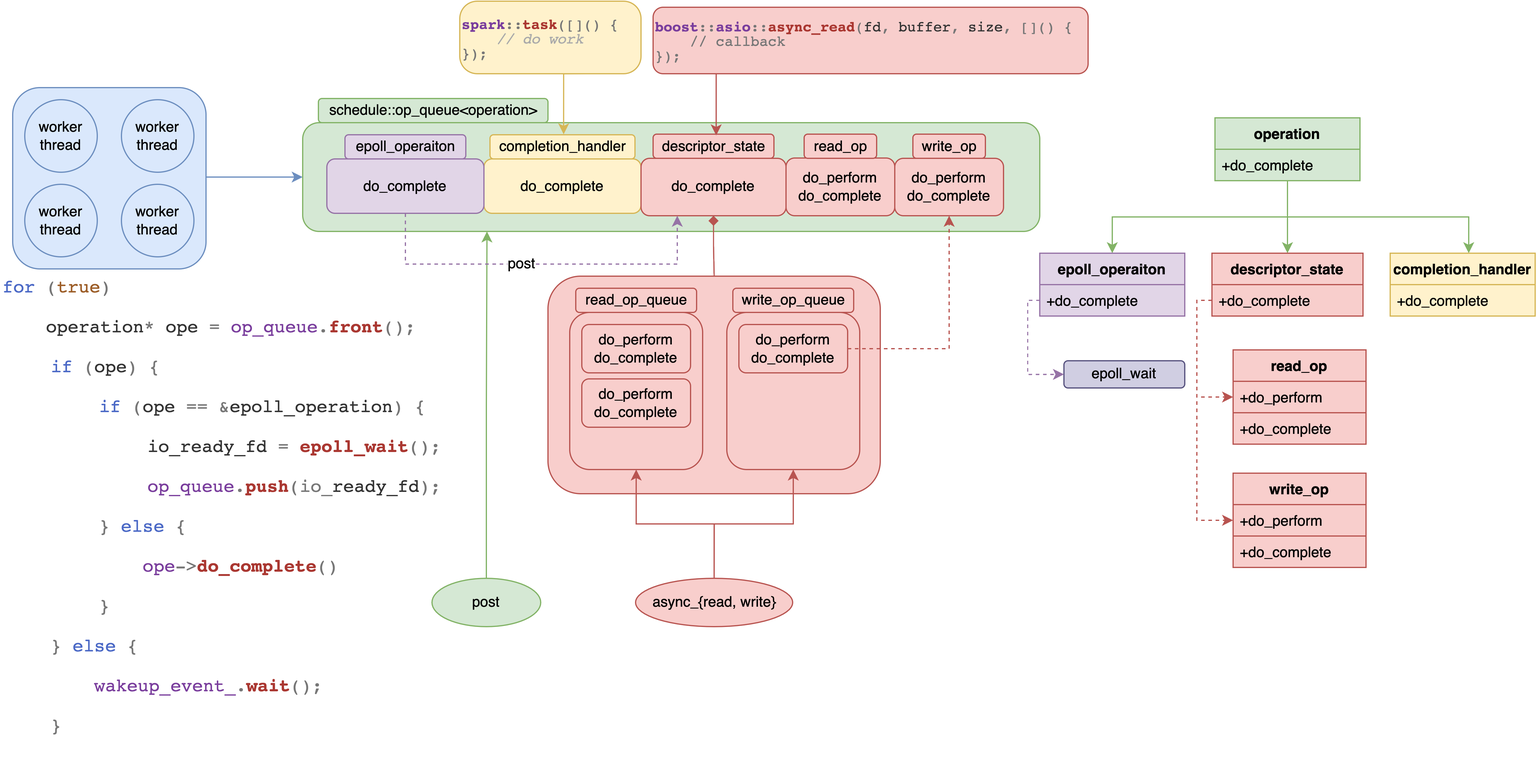
This is OpenSource/Image/boost-asio-operations.png from jemmy512/software-engineer, a draw.io export, as it was before one commit. Source tidied: cells renumbered, new cells last; positions are measured from the earlier drawing's top-left corner, leaving out a move shared by most shapes.
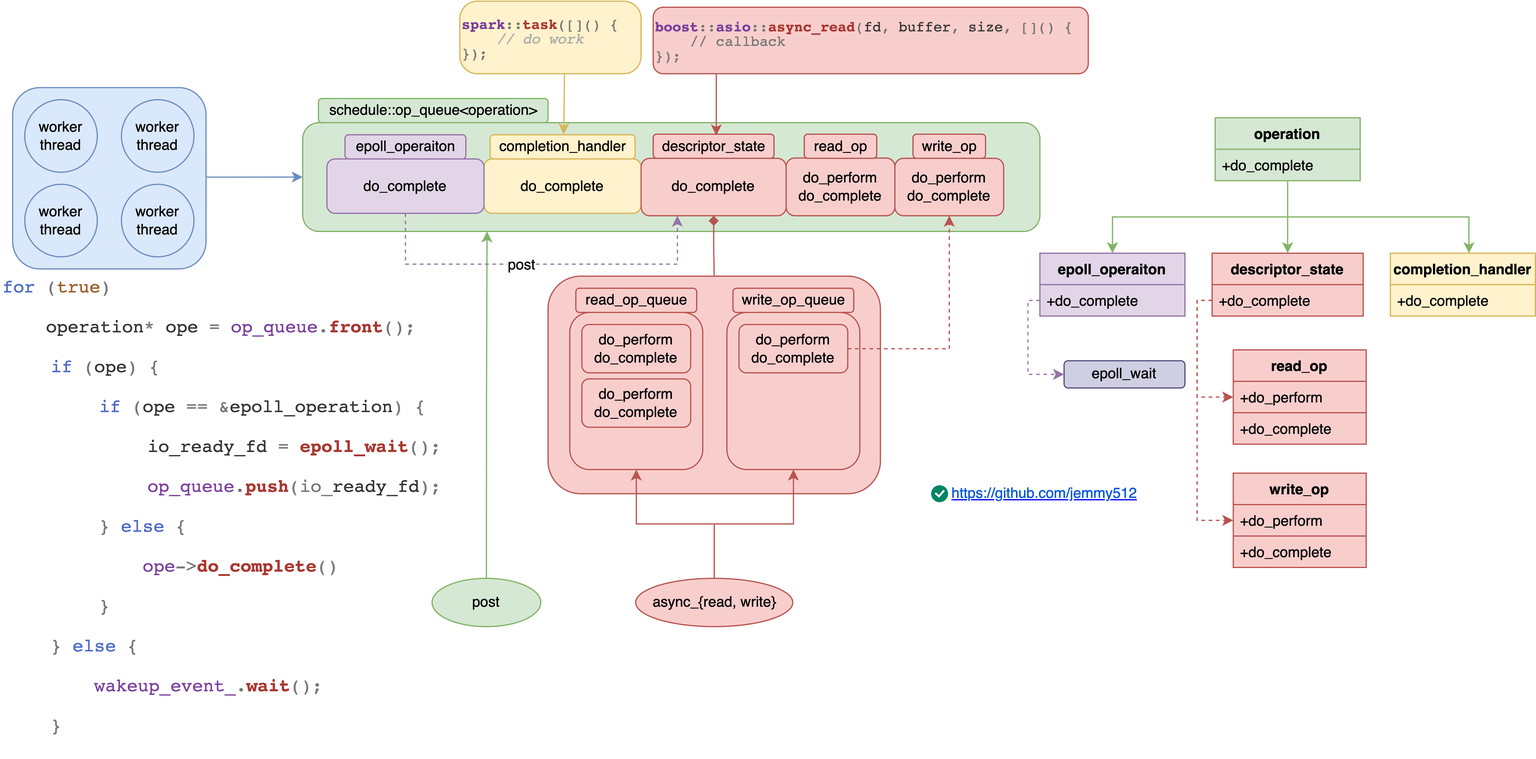
The same file after the commit.

Change to the diagram source:
```diff
@@ -235,5 +235,11 @@
         </Array>
       </mxGeometry>
     </mxCell>
+    <mxCell id="64" style="html=1;shadow=0;dashed=0;shape=mxgraph.atlassian.checkbox;fillColor=#008465;strokeColor=none;html=1;sketch=0;" parent="1" vertex="1">
+      <mxGeometry x="770" y="401" width="14" height="14" as="geometry" />
+    </mxCell>
+    <mxCell id="65" value="&lt;span style=&quot;color: rgb(0 , 87 , 216) ; text-align: left&quot;&gt;https://github.com/jemmy512&lt;/span&gt;" style="text;html=1;strokeColor=none;fillColor=none;whiteSpace=wrap;align=center;verticalAlign=middle;fontColor=#0000EE;fontStyle=4;" parent="1" vertex="1">
+      <mxGeometry x="779" y="388" width="170" height="40" as="geometry" />
+    </mxCell>
   </root>
 </mxGraphModel>
```
